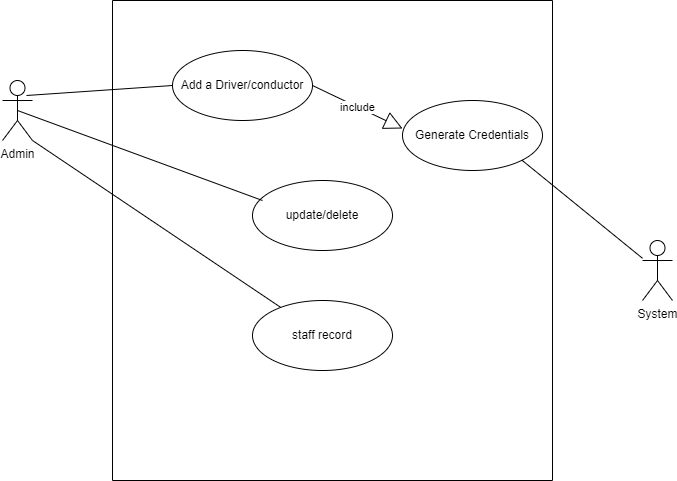
Above: UseCaseDiagrams/BusStaffManagement.drawio.png in Abubakar-doc/FYP-24-SE-A-204 (draw.io), before the change. Source tidied: cells renumbered, new cells last; positions are measured from the earlier drawing's top-left corner, leaving out a move shared by most shapes. Its diagram source:
```xml
<mxGraphModel>
  <root>
    <mxCell id="0" />
    <mxCell id="1" parent="0" />
    <mxCell id="2" style="swimlane;startSize=0;" parent="1" vertex="1">
      <mxGeometry x="110" width="440" height="480" as="geometry" />
    </mxCell>
    <mxCell id="3" value="Add a Driver/conductor" style="ellipse;whiteSpace=wrap;html=1;" parent="2" vertex="1">
      <mxGeometry x="60" y="50" width="140" height="70" as="geometry" />
    </mxCell>
    <mxCell id="4" value="Generate Credentials" style="ellipse;whiteSpace=wrap;html=1;" parent="2" vertex="1">
      <mxGeometry x="290" y="100" width="140" height="70" as="geometry" />
    </mxCell>
    <mxCell id="5" value="staff record" style="ellipse;whiteSpace=wrap;html=1;" parent="2" vertex="1">
      <mxGeometry x="140" y="300" width="140" height="70" as="geometry" />
    </mxCell>
    <mxCell id="6" value="update/delete" style="ellipse;whiteSpace=wrap;html=1;" parent="2" vertex="1">
      <mxGeometry x="140" y="180" width="140" height="70" as="geometry" />
    </mxCell>
    <mxCell id="7" value="include" style="endArrow=block;endSize=16;endFill=0;html=1;rounded=0;entryX=0;entryY=0.4;entryDx=0;entryDy=0;entryPerimeter=0;exitX=1;exitY=0.5;exitDx=0;exitDy=0;" parent="2" edge="1" source="3" target="4">
      <mxGeometry relative="1" as="geometry" />
    </mxCell>
    <mxCell id="8" value="Admin" style="shape=umlActor;verticalLabelPosition=bottom;verticalAlign=top;html=1;" parent="1" vertex="1">
      <mxGeometry y="80" width="30" height="60" as="geometry" />
    </mxCell>
    <mxCell id="9" value="System" style="shape=umlActor;verticalLabelPosition=bottom;verticalAlign=top;html=1;" parent="1" vertex="1">
      <mxGeometry x="640" y="240" width="30" height="60" as="geometry" />
    </mxCell>
    <mxCell id="10" style="endArrow=none;html=1;rounded=0;exitX=0.8;exitY=0.25;exitDx=0;exitDy=0;exitPerimeter=0;entryX=0;entryY=0.5;entryDx=0;entryDy=0;" parent="1" edge="1" source="8" target="3">
      <mxGeometry relative="1" as="geometry" />
    </mxCell>
    <mxCell id="11" style="endArrow=none;html=1;rounded=0;exitX=0.5;exitY=0.5;exitDx=0;exitDy=0;exitPerimeter=0;" parent="1" edge="1" source="8">
      <mxGeometry relative="1" as="geometry">
        <mxPoint x="260" y="200" as="targetPoint" />
      </mxGeometry>
    </mxCell>
    <mxCell id="12" style="endArrow=none;html=1;rounded=0;exitX=1;exitY=1;exitDx=0;exitDy=0;exitPerimeter=0;" parent="1" edge="1" source="8" target="5">
      <mxGeometry relative="1" as="geometry" />
    </mxCell>
    <mxCell id="13" style="endArrow=none;html=1;rounded=0;exitX=1;exitY=1;exitDx=0;exitDy=0;" parent="1" edge="1" source="4" target="9">
      <mxGeometry relative="1" as="geometry" />
    </mxCell>
  </root>
</mxGraphModel>
```
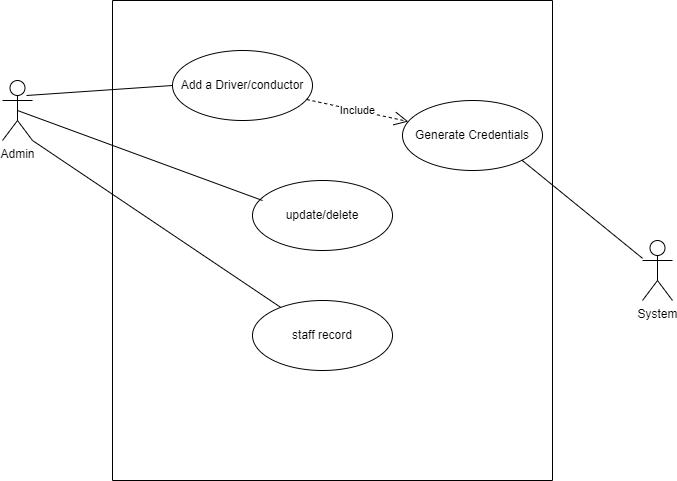
After the commit.

What changed in the source:
```diff
@@ -17,7 +17,7 @@
     <mxCell id="6" value="update/delete" style="ellipse;whiteSpace=wrap;html=1;" parent="2" vertex="1">
       <mxGeometry x="140" y="180" width="140" height="70" as="geometry" />
     </mxCell>
-    <mxCell id="7" value="include" style="endArrow=block;endSize=16;endFill=0;html=1;rounded=0;entryX=0;entryY=0.4;entryDx=0;entryDy=0;entryPerimeter=0;exitX=1;exitY=0.5;exitDx=0;exitDy=0;" parent="2" edge="1" source="3" target="4">
+    <mxCell id="7" value="Include" style="endArrow=open;endSize=12;dashed=1;html=1;rounded=0;" parent="2" edge="1" source="3" target="4">
       <mxGeometry relative="1" as="geometry" />
     </mxCell>
     <mxCell id="8" value="Admin" style="shape=umlActor;verticalLabelPosition=bottom;verticalAlign=top;html=1;" parent="1" vertex="1">
```
